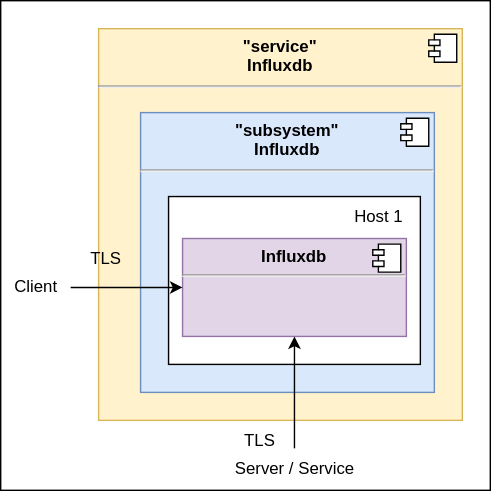
This is assets/Ansible-Playbook-Labocbz-Deploy-Influxdb.drawio.svg from CBZ-D-velop/Ansible-Playbook-Labocbz-Deploy-Influxdb, a draw.io export, as it was before one commit. Source tidied: cells renumbered, new cells last; positions are measured from the earlier drawing's top-left corner, leaving out a move shared by most shapes. Source of this version:
```xml
<mxGraphModel>
  <root>
    <mxCell id="0" />
    <mxCell id="1" parent="0" />
    <mxCell id="2" style="rounded=0;whiteSpace=wrap;html=1;" parent="1" vertex="1">
      <mxGeometry width="350" height="350" as="geometry" />
    </mxCell>
    <mxCell id="3" value="&lt;p style=&quot;margin:0px;margin-top:6px;text-align:center;&quot;&gt;&lt;b&gt;&quot;service&quot;&lt;br&gt;Influxdb&lt;/b&gt;&lt;/p&gt;&lt;hr&gt;&lt;p style=&quot;margin:0px;margin-left:8px;&quot;&gt;&lt;br&gt;&lt;/p&gt;" style="align=left;overflow=fill;html=1;whiteSpace=wrap;fillColor=#fff2cc;strokeColor=#d6b656;" parent="1" vertex="1">
      <mxGeometry x="70" y="20" width="260" height="280" as="geometry" />
    </mxCell>
    <mxCell id="4" style="shape=component;jettyWidth=8;jettyHeight=4;" parent="3" vertex="1">
      <mxGeometry x="1" width="20" height="20" relative="1" as="geometry">
        <mxPoint x="-24" y="4" as="offset" />
      </mxGeometry>
    </mxCell>
    <mxCell id="5" value="TLS" style="text;html=1;align=center;verticalAlign=middle;strokeColor=none;fillColor=none;" parent="1" vertex="1">
      <mxGeometry x="50" y="170" width="50" height="30" as="geometry" />
    </mxCell>
    <mxCell id="6" value="&lt;p style=&quot;margin:0px;margin-top:6px;text-align:center;&quot;&gt;&lt;b&gt;&quot;subsystem&quot;&lt;br&gt;&lt;/b&gt;&lt;b style=&quot;border-color: var(--border-color);&quot;&gt;Influxdb&lt;/b&gt;&lt;b&gt;&lt;br&gt;&lt;/b&gt;&lt;/p&gt;&lt;hr&gt;&lt;p style=&quot;margin:0px;margin-left:8px;&quot;&gt;&lt;br&gt;&lt;/p&gt;" style="align=left;overflow=fill;html=1;whiteSpace=wrap;fillColor=#dae8fc;strokeColor=#6c8ebf;" parent="1" vertex="1">
      <mxGeometry x="100" y="80" width="210" height="200" as="geometry" />
    </mxCell>
    <mxCell id="7" style="shape=component;jettyWidth=8;jettyHeight=4;" parent="6" vertex="1">
      <mxGeometry x="1" width="20" height="20" relative="1" as="geometry">
        <mxPoint x="-24" y="4" as="offset" />
      </mxGeometry>
    </mxCell>
    <mxCell id="8" style="rounded=0;whiteSpace=wrap;html=1;" parent="1" vertex="1">
      <mxGeometry x="120" y="140" width="180" height="120" as="geometry" />
    </mxCell>
    <mxCell id="9" value="&lt;p style=&quot;margin:0px;margin-top:6px;text-align:center;&quot;&gt;&lt;b style=&quot;border-color: var(--border-color);&quot;&gt;Influxdb&lt;/b&gt;&lt;br&gt;&lt;/p&gt;&lt;hr&gt;&lt;p style=&quot;margin:0px;margin-left:8px;&quot;&gt;&lt;br&gt;&lt;/p&gt;" style="align=left;overflow=fill;html=1;whiteSpace=wrap;fillColor=#e1d5e7;strokeColor=#9673a6;" parent="1" vertex="1">
      <mxGeometry x="130" y="170" width="160" height="70" as="geometry" />
    </mxCell>
    <mxCell id="10" style="shape=component;jettyWidth=8;jettyHeight=4;" parent="9" vertex="1">
      <mxGeometry x="1" width="20" height="20" relative="1" as="geometry">
        <mxPoint x="-24" y="4" as="offset" />
      </mxGeometry>
    </mxCell>
    <mxCell id="11" value="Host 1" style="text;html=1;align=center;verticalAlign=middle;strokeColor=none;fillColor=none;" parent="1" vertex="1">
      <mxGeometry x="240" y="140" width="60" height="30" as="geometry" />
    </mxCell>
    <mxCell id="12" style="edgeStyle=orthogonalEdgeStyle;rounded=0;jettySize=auto;html=1;" parent="1" edge="1" source="13" target="9">
      <mxGeometry relative="1" as="geometry" />
    </mxCell>
    <mxCell id="13" value="Client" style="text;html=1;align=center;verticalAlign=middle;points=[];strokeColor=none;fillColor=none;" parent="1" vertex="1">
      <mxGeometry y="190" width="50" height="30" as="geometry" />
    </mxCell>
    <mxCell id="14" style="edgeStyle=orthogonalEdgeStyle;rounded=0;jettySize=auto;html=1;" parent="1" edge="1" source="15" target="9">
      <mxGeometry relative="1" as="geometry" />
    </mxCell>
    <mxCell id="15" value="Server / Service" style="text;html=1;align=center;verticalAlign=middle;points=[];strokeColor=none;fillColor=none;" parent="1" vertex="1">
      <mxGeometry x="155" y="320" width="110" height="30" as="geometry" />
    </mxCell>
    <mxCell id="16" value="TLS" style="text;html=1;align=center;verticalAlign=middle;strokeColor=none;fillColor=none;" parent="1" vertex="1">
      <mxGeometry x="160" y="300" width="50" height="30" as="geometry" />
    </mxCell>
  </root>
</mxGraphModel>
```
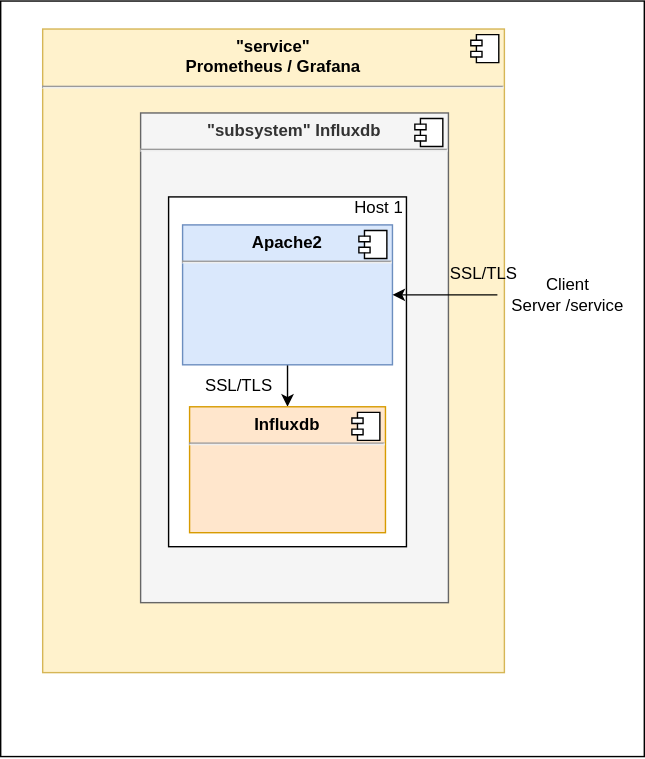
The same diagram one commit later.

Diff of the diagram source:
```diff
@@ -2,56 +2,71 @@
   <root>
     <mxCell id="0" />
     <mxCell id="1" parent="0" />
-    <mxCell id="2" style="rounded=0;whiteSpace=wrap;html=1;" parent="1" vertex="1">
-      <mxGeometry width="350" height="350" as="geometry" />
-    </mxCell>
-    <mxCell id="3" value="&lt;p style=&quot;margin:0px;margin-top:6px;text-align:center;&quot;&gt;&lt;b&gt;&quot;service&quot;&lt;br&gt;Influxdb&lt;/b&gt;&lt;/p&gt;&lt;hr&gt;&lt;p style=&quot;margin:0px;margin-left:8px;&quot;&gt;&lt;br&gt;&lt;/p&gt;" style="align=left;overflow=fill;html=1;whiteSpace=wrap;fillColor=#fff2cc;strokeColor=#d6b656;" parent="1" vertex="1">
-      <mxGeometry x="70" y="20" width="260" height="280" as="geometry" />
-    </mxCell>
-    <mxCell id="4" style="shape=component;jettyWidth=8;jettyHeight=4;" parent="3" vertex="1">
-      <mxGeometry x="1" width="20" height="20" relative="1" as="geometry">
-        <mxPoint x="-24" y="4" as="offset" />
-      </mxGeometry>
-    </mxCell>
-    <mxCell id="5" value="TLS" style="text;html=1;align=center;verticalAlign=middle;strokeColor=none;fillColor=none;" parent="1" vertex="1">
-      <mxGeometry x="50" y="170" width="50" height="30" as="geometry" />
-    </mxCell>
+    <mxCell id="17" style="rounded=0;whiteSpace=wrap;html=1;" parent="1" vertex="1">
+      <mxGeometry x="-720" y="-50" width="460" height="540" as="geometry" />
+    </mxCell>
+    <mxCell id="18" value="&lt;p style=&quot;margin:0px;margin-top:6px;text-align:center;&quot;&gt;&lt;b&gt;&quot;service&quot;&lt;br&gt;Prometheus / Grafana&lt;/b&gt;&lt;/p&gt;&lt;hr&gt;&lt;p style=&quot;margin:0px;margin-left:8px;&quot;&gt;&lt;br&gt;&lt;/p&gt;" style="align=left;overflow=fill;html=1;whiteSpace=wrap;fillColor=#fff2cc;strokeColor=#d6b656;" parent="1" vertex="1">
+      <mxGeometry x="-690" y="-30" width="330" height="460" as="geometry" />
+    </mxCell>
+    <mxCell id="19" style="shape=component;jettyWidth=8;jettyHeight=4;" parent="18" vertex="1">
+      <mxGeometry x="1" width="20" height="20" relative="1" as="geometry">
+        <mxPoint x="-24" y="4" as="offset" />
+      </mxGeometry>
+    </mxCell>
-    <mxCell id="6" value="&lt;p style=&quot;margin:0px;margin-top:6px;text-align:center;&quot;&gt;&lt;b&gt;&quot;subsystem&quot;&lt;br&gt;&lt;/b&gt;&lt;b style=&quot;border-color: var(--border-color);&quot;&gt;Influxdb&lt;/b&gt;&lt;b&gt;&lt;br&gt;&lt;/b&gt;&lt;/p&gt;&lt;hr&gt;&lt;p style=&quot;margin:0px;margin-left:8px;&quot;&gt;&lt;br&gt;&lt;/p&gt;" style="align=left;overflow=fill;html=1;whiteSpace=wrap;fillColor=#dae8fc;strokeColor=#6c8ebf;" parent="1" vertex="1">
-      <mxGeometry x="100" y="80" width="210" height="200" as="geometry" />
+    <mxCell id="6" value="&lt;p style=&quot;margin:0px;margin-top:6px;text-align:center;&quot;&gt;&lt;b&gt;&quot;subsystem&quot; Influxdb&lt;/b&gt;&lt;/p&gt;&lt;hr&gt;&lt;p style=&quot;margin:0px;margin-left:8px;&quot;&gt;&lt;br&gt;&lt;/p&gt;" style="align=left;overflow=fill;html=1;whiteSpace=wrap;fillColor=#f5f5f5;fontColor=#333333;strokeColor=#666666;" parent="1" vertex="1">
+      <mxGeometry x="-620" y="30" width="220" height="350" as="geometry" />
     </mxCell>
-    <mxCell id="7" style="shape=component;jettyWidth=8;jettyHeight=4;" parent="6" vertex="1">
-      <mxGeometry x="1" width="20" height="20" relative="1" as="geometry">
-        <mxPoint x="-24" y="4" as="offset" />
-      </mxGeometry>
-    </mxCell>
-    <mxCell id="8" style="rounded=0;whiteSpace=wrap;html=1;" parent="1" vertex="1">
-      <mxGeometry x="120" y="140" width="180" height="120" as="geometry" />
-    </mxCell>
+    <mxCell id="20" style="shape=component;jettyWidth=8;jettyHeight=4;" parent="6" vertex="1">
+      <mxGeometry x="1" width="20" height="20" relative="1" as="geometry">
+        <mxPoint x="-24" y="4" as="offset" />
+      </mxGeometry>
+    </mxCell>
+    <mxCell id="21" value="SSL/TLS" style="text;html=1;align=center;verticalAlign=middle;strokeColor=none;fillColor=none;" parent="1" vertex="1">
+      <mxGeometry x="-410" y="130" width="70" height="30" as="geometry" />
+    </mxCell>
+    <mxCell id="22" value="Client&lt;br&gt;Server /service" style="text;html=1;align=center;verticalAlign=middle;points=[];strokeColor=none;fillColor=none;" parent="1" vertex="1">
+      <mxGeometry x="-365" y="140" width="100" height="40" as="geometry" />
+    </mxCell>
+    <mxCell id="23" style="edgeStyle=orthogonalEdgeStyle;rounded=0;orthogonalLoop=1;jettySize=auto;html=1;entryX=0.5;entryY=0;entryDx=0;entryDy=0;" parent="1" edge="1">
+      <mxGeometry relative="1" as="geometry">
+        <mxPoint x="-830" y="200" as="sourcePoint" />
+      </mxGeometry>
+    </mxCell>
+    <mxCell id="24" style="edgeStyle=orthogonalEdgeStyle;rounded=0;orthogonalLoop=1;jettySize=auto;html=1;" parent="1" edge="1">
+      <mxGeometry relative="1" as="geometry">
+        <mxPoint x="-830" y="200" as="sourcePoint" />
+      </mxGeometry>
+    </mxCell>
+    <mxCell id="25" style="rounded=0;whiteSpace=wrap;html=1;" parent="1" vertex="1">
+      <mxGeometry x="-600" y="90" width="170" height="250" as="geometry" />
+    </mxCell>
+    <mxCell id="26" value="SSL/TLS" style="text;html=1;align=center;verticalAlign=middle;strokeColor=none;fillColor=none;" parent="1" vertex="1">
+      <mxGeometry x="-585" y="210" width="70" height="30" as="geometry" />
+    </mxCell>
+    <mxCell id="27" style="edgeStyle=orthogonalEdgeStyle;rounded=0;jettySize=auto;html=1;entryX=0.5;entryY=0;entryDx=0;entryDy=0;" parent="1" edge="1" source="28" target="9">
+      <mxGeometry relative="1" as="geometry" />
+    </mxCell>
+    <mxCell id="28" value="&lt;p style=&quot;margin:0px;margin-top:6px;text-align:center;&quot;&gt;&lt;b&gt;Apache2&lt;/b&gt;&lt;/p&gt;&lt;hr&gt;&lt;p style=&quot;margin:0px;margin-left:8px;&quot;&gt;&lt;br&gt;&lt;/p&gt;" style="align=left;overflow=fill;html=1;whiteSpace=wrap;fillColor=#dae8fc;strokeColor=#6c8ebf;" parent="1" vertex="1">
+      <mxGeometry x="-590" y="110" width="150" height="100" as="geometry" />
+    </mxCell>
+    <mxCell id="29" style="shape=component;jettyWidth=8;jettyHeight=4;" parent="28" vertex="1">
+      <mxGeometry x="1" width="20" height="20" relative="1" as="geometry">
+        <mxPoint x="-24" y="4" as="offset" />
+      </mxGeometry>
+    </mxCell>
+    <mxCell id="30" style="edgeStyle=orthogonalEdgeStyle;rounded=0;jettySize=auto;html=1;" parent="1" edge="1" source="22" target="28">
+      <mxGeometry relative="1" as="geometry" />
+    </mxCell>
-    <mxCell id="9" value="&lt;p style=&quot;margin:0px;margin-top:6px;text-align:center;&quot;&gt;&lt;b style=&quot;border-color: var(--border-color);&quot;&gt;Influxdb&lt;/b&gt;&lt;br&gt;&lt;/p&gt;&lt;hr&gt;&lt;p style=&quot;margin:0px;margin-left:8px;&quot;&gt;&lt;br&gt;&lt;/p&gt;" style="align=left;overflow=fill;html=1;whiteSpace=wrap;fillColor=#e1d5e7;strokeColor=#9673a6;" parent="1" vertex="1">
-      <mxGeometry x="130" y="170" width="160" height="70" as="geometry" />
+    <mxCell id="9" value="&lt;p style=&quot;margin:0px;margin-top:6px;text-align:center;&quot;&gt;&lt;b&gt;Influxdb&lt;/b&gt;&lt;/p&gt;&lt;hr&gt;&lt;p style=&quot;margin:0px;margin-left:8px;&quot;&gt;&lt;br&gt;&lt;/p&gt;" style="align=left;overflow=fill;html=1;whiteSpace=wrap;fillColor=#ffe6cc;strokeColor=#d79b00;" parent="1" vertex="1">
+      <mxGeometry x="-585" y="240" width="140" height="90" as="geometry" />
     </mxCell>
-    <mxCell id="10" style="shape=component;jettyWidth=8;jettyHeight=4;" parent="9" vertex="1">
-      <mxGeometry x="1" width="20" height="20" relative="1" as="geometry">
-        <mxPoint x="-24" y="4" as="offset" />
-      </mxGeometry>
-    </mxCell>
+    <mxCell id="31" style="shape=component;jettyWidth=8;jettyHeight=4;" parent="9" vertex="1">
+      <mxGeometry x="1" width="20" height="20" relative="1" as="geometry">
+        <mxPoint x="-24" y="4" as="offset" />
+      </mxGeometry>
+    </mxCell>
     <mxCell id="11" value="Host 1" style="text;html=1;align=center;verticalAlign=middle;strokeColor=none;fillColor=none;" parent="1" vertex="1">
-      <mxGeometry x="240" y="140" width="60" height="30" as="geometry" />
+      <mxGeometry x="-480" y="83" width="60" height="30" as="geometry" />
     </mxCell>
-    <mxCell id="12" style="edgeStyle=orthogonalEdgeStyle;rounded=0;jettySize=auto;html=1;" parent="1" edge="1" source="13" target="9">
-      <mxGeometry relative="1" as="geometry" />
-    </mxCell>
-    <mxCell id="13" value="Client" style="text;html=1;align=center;verticalAlign=middle;points=[];strokeColor=none;fillColor=none;" parent="1" vertex="1">
-      <mxGeometry y="190" width="50" height="30" as="geometry" />
-    </mxCell>
-    <mxCell id="14" style="edgeStyle=orthogonalEdgeStyle;rounded=0;jettySize=auto;html=1;" parent="1" edge="1" source="15" target="9">
-      <mxGeometry relative="1" as="geometry" />
-    </mxCell>
-    <mxCell id="15" value="Server / Service" style="text;html=1;align=center;verticalAlign=middle;points=[];strokeColor=none;fillColor=none;" parent="1" vertex="1">
-      <mxGeometry x="155" y="320" width="110" height="30" as="geometry" />
-    </mxCell>
-    <mxCell id="16" value="TLS" style="text;html=1;align=center;verticalAlign=middle;strokeColor=none;fillColor=none;" parent="1" vertex="1">
-      <mxGeometry x="160" y="300" width="50" height="30" as="geometry" />
-    </mxCell>
   </root>
 </mxGraphModel>
```
